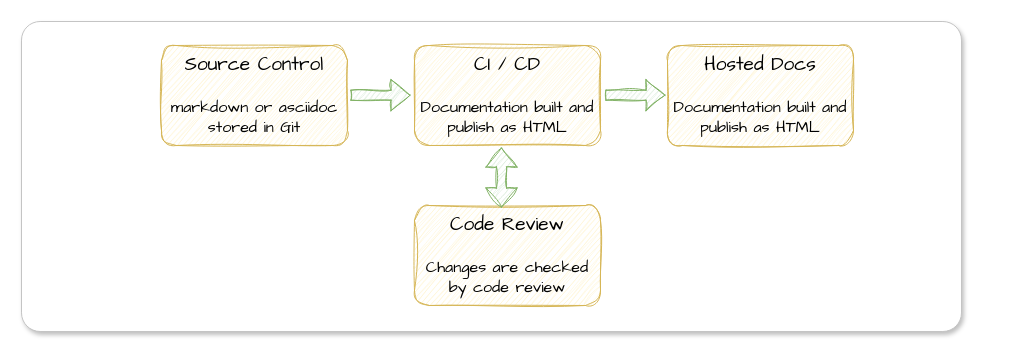
The draw.io diagram content/en/blog/2025/2025-06-01/doc-as-code.drawio in mauvaisetroupe/architech, before the edit. Source tidied: cells renumbered, new cells numbered last; positions are measured from the earlier drawing's top-left corner, leaving out a move shared by most shapes. Both pictures are drawn from the tidied source at 100%, with x=0, y=0 at pixel (21, 21).
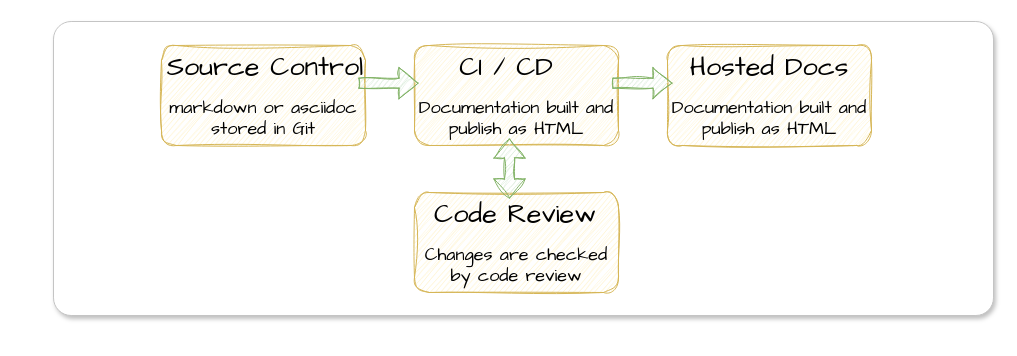
The same diagram, later.

What changed in the source:
```diff
@@
 <mxGraphModel>
   <root>
     <mxCell id="0" />
     <mxCell id="1" parent="0" />
     <mxCell id="2" style="rounded=1;whiteSpace=wrap;html=1;arcSize=6;shadow=1;strokeColor=#C4C4C4;" parent="1" vertex="1">
-      <mxGeometry width="940" height="310" as="geometry" />
+      <mxGeometry x="32" width="940" height="294" as="geometry" />
     </mxCell>
-    <mxCell id="3" value="&lt;font style=&quot;font-size: 19px;&quot; face=&quot;architects daughter&quot;&gt;Source Control&lt;/font&gt;&lt;div&gt;&lt;font face=&quot;architects daughter&quot;&gt;&lt;br&gt;&lt;/font&gt;&lt;div&gt;&lt;span style=&quot;font-family: &amp;quot;architects daughter&amp;quot;; background-color: transparent; color: light-dark(rgb(0, 0, 0), rgb(255, 255, 255));&quot;&gt;markdown or asciidoc stored in Git&lt;/span&gt;&lt;/div&gt;&lt;/div&gt;" style="rounded=1;whiteSpace=wrap;html=1;fillColor=#fff2cc;strokeColor=#d6b656;sketch=1;curveFitting=1;jiggle=2;fontSize=16;" parent="1" vertex="1">
-      <mxGeometry x="140" y="24" width="186" height="100" as="geometry" />
+    <mxCell id="3" value="&lt;div&gt;&lt;div&gt;&lt;span style=&quot;font-family: &amp;quot;architects daughter&amp;quot;; background-color: transparent; color: light-dark(rgb(0, 0, 0), rgb(255, 255, 255));&quot;&gt;markdown or asciidoc stored in Git&lt;/span&gt;&lt;/div&gt;&lt;/div&gt;" style="rounded=1;whiteSpace=wrap;html=1;fillColor=#fff2cc;strokeColor=#d6b656;sketch=1;curveFitting=1;jiggle=2;fontSize=18;verticalAlign=bottom;spacingBottom=3;" parent="1" vertex="1">
+      <mxGeometry x="140" y="24" width="204" height="100" as="geometry" />
     </mxCell>
-    <mxCell id="4" value="&lt;font style=&quot;font-size: 19px;&quot; face=&quot;architects daughter&quot;&gt;CI / CD&lt;/font&gt;&lt;div&gt;&lt;font face=&quot;architects daughter&quot;&gt;&lt;br&gt;&lt;/font&gt;&lt;/div&gt;&lt;div&gt;&lt;font face=&quot;architects daughter&quot;&gt;Documentation built and publish as HTML&lt;/font&gt;&lt;/div&gt;" style="rounded=1;whiteSpace=wrap;html=1;fillColor=#fff2cc;strokeColor=#d6b656;sketch=1;curveFitting=1;jiggle=2;fontSize=16;" parent="1" vertex="1">
-      <mxGeometry x="393" y="24" width="186" height="100" as="geometry" />
+    <mxCell id="4" value="&lt;div&gt;&lt;span style=&quot;font-family: &amp;quot;architects daughter&amp;quot;; background-color: transparent; color: light-dark(rgb(0, 0, 0), rgb(255, 255, 255));&quot;&gt;Documentation built and publish as HTML&lt;/span&gt;&lt;/div&gt;" style="rounded=1;whiteSpace=wrap;html=1;fillColor=#fff2cc;strokeColor=#d6b656;sketch=1;curveFitting=1;jiggle=2;fontSize=18;verticalAlign=bottom;spacingBottom=3;" parent="1" vertex="1">
+      <mxGeometry x="393" y="24" width="204" height="100" as="geometry" />
     </mxCell>
-    <mxCell id="5" value="&lt;font style=&quot;font-size: 19px;&quot; face=&quot;architects daughter&quot;&gt;Hosted Docs&lt;/font&gt;&lt;div&gt;&lt;font face=&quot;architects daughter&quot;&gt;&lt;br&gt;&lt;/font&gt;&lt;/div&gt;&lt;div&gt;&lt;font face=&quot;architects daughter&quot;&gt;Documentation built and publish as HTML&lt;/font&gt;&lt;/div&gt;" style="rounded=1;whiteSpace=wrap;html=1;fillColor=#fff2cc;strokeColor=#d6b656;sketch=1;curveFitting=1;jiggle=2;fontSize=16;" parent="1" vertex="1">
-      <mxGeometry x="646" y="24" width="186" height="100" as="geometry" />
+    <mxCell id="5" value="&lt;div&gt;&lt;span style=&quot;font-family: &amp;quot;architects daughter&amp;quot;; background-color: transparent; color: light-dark(rgb(0, 0, 0), rgb(255, 255, 255));&quot;&gt;Documentation built and publish as HTML&lt;/span&gt;&lt;/div&gt;" style="rounded=1;whiteSpace=wrap;html=1;fillColor=#fff2cc;strokeColor=#d6b656;sketch=1;curveFitting=1;jiggle=2;fontSize=18;verticalAlign=bottom;spacingBottom=3;" parent="1" vertex="1">
+      <mxGeometry x="646" y="24" width="204" height="100" as="geometry" />
     </mxCell>
     <mxCell id="6" style="shape=flexArrow;endArrow=classic;html=1;rounded=0;sketch=1;curveFitting=1;jiggle=2;fillColor=#d5e8d4;strokeColor=#82b366;" parent="1" edge="1">
       <mxGeometry relative="1" as="geometry">
-        <mxPoint x="329" y="73.7" as="sourcePoint" />
-        <mxPoint x="389" y="73.7" as="targetPoint" />
+        <mxPoint x="337" y="61.7" as="sourcePoint" />
+        <mxPoint x="397" y="61.7" as="targetPoint" />
       </mxGeometry>
     </mxCell>
     <mxCell id="7" style="shape=flexArrow;endArrow=classic;html=1;rounded=0;sketch=1;curveFitting=1;jiggle=2;fillColor=#d5e8d4;strokeColor=#82b366;" parent="1" edge="1">
       <mxGeometry relative="1" as="geometry">
-        <mxPoint x="584" y="73.7" as="sourcePoint" />
-        <mxPoint x="644" y="73.7" as="targetPoint" />
+        <mxPoint x="591" y="61.7" as="sourcePoint" />
+        <mxPoint x="651" y="61.7" as="targetPoint" />
       </mxGeometry>
     </mxCell>
-    <mxCell id="8" value="&lt;div&gt;&lt;font style=&quot;font-size: 19px;&quot; face=&quot;architects daughter&quot;&gt;Code Review&lt;/font&gt;&lt;/div&gt;&lt;div&gt;&lt;font face=&quot;architects daughter&quot;&gt;&lt;br&gt;&lt;/font&gt;&lt;/div&gt;&lt;div&gt;&lt;font face=&quot;architects daughter&quot;&gt;Changes are checked by code review&lt;/font&gt;&lt;/div&gt;" style="rounded=1;whiteSpace=wrap;html=1;fillColor=#fff2cc;strokeColor=#d6b656;sketch=1;curveFitting=1;jiggle=2;fontSize=16;" parent="1" vertex="1">
-      <mxGeometry x="393" y="184" width="186" height="100" as="geometry" />
+    <mxCell id="8" value="&lt;div&gt;&lt;span style=&quot;font-family: &amp;quot;architects daughter&amp;quot;; background-color: transparent; color: light-dark(rgb(0, 0, 0), rgb(255, 255, 255));&quot;&gt;Changes are checked by code review&lt;/span&gt;&lt;/div&gt;" style="rounded=1;whiteSpace=wrap;html=1;fillColor=#fff2cc;strokeColor=#d6b656;sketch=1;curveFitting=1;jiggle=2;fontSize=18;verticalAlign=bottom;spacingBottom=3;" parent="1" vertex="1">
+      <mxGeometry x="393" y="171" width="204" height="100" as="geometry" />
     </mxCell>
     <mxCell id="9" style="shape=flexArrow;endArrow=classic;startArrow=classic;html=1;rounded=0;sketch=1;jiggle=2;curveFitting=1;strokeColor=#82b366;align=center;verticalAlign=middle;fontFamily=Helvetica;fontSize=11;fontColor=default;labelBackgroundColor=default;fillColor=#d5e8d4;" parent="1" edge="1">
       <mxGeometry relative="1" as="geometry">
-        <mxPoint x="480" y="186" as="sourcePoint" />
-        <mxPoint x="480" y="126" as="targetPoint" />
+        <mxPoint x="488" y="177" as="sourcePoint" />
+        <mxPoint x="488" y="117" as="targetPoint" />
       </mxGeometry>
     </mxCell>
+    <mxCell id="10" value="&lt;font face=&quot;architects daughter&quot; style=&quot;forced-color-adjust: none; color: rgb(0, 0, 0); font-style: normal; font-variant-ligatures: normal; font-variant-caps: normal; font-weight: 400; letter-spacing: normal; orphans: 2; text-indent: 0px; text-transform: none; widows: 2; word-spacing: 0px; -webkit-text-stroke-width: 0px; white-space: normal; text-decoration-thickness: initial; text-decoration-style: initial; text-decoration-color: initial;&quot;&gt;Source Control&lt;/font&gt;" style="text;whiteSpace=wrap;html=1;align=center;fontSize=27;spacing=0;fillColor=none;strokeColor=none;verticalAlign=top;" parent="1" vertex="1">
+      <mxGeometry x="144" y="24" width="200" height="40" as="geometry" />
+    </mxCell>
+    <mxCell id="11" value="&lt;font face=&quot;architects daughter&quot; style=&quot;forced-color-adjust: none; color: rgb(0, 0, 0); font-style: normal; font-variant-ligatures: normal; font-variant-caps: normal; font-weight: 400; letter-spacing: normal; orphans: 2; text-indent: 0px; text-transform: none; widows: 2; word-spacing: 0px; -webkit-text-stroke-width: 0px; white-space: normal; text-decoration-thickness: initial; text-decoration-style: initial; text-decoration-color: initial;&quot;&gt;CI / CD&lt;/font&gt;&lt;br class=&quot;Apple-interchange-newline&quot;&gt;" style="text;whiteSpace=wrap;html=1;align=center;fontSize=27;spacing=0;fillColor=none;strokeColor=none;labelBackgroundColor=none;verticalAlign=top;" parent="1" vertex="1">
+      <mxGeometry x="420" y="24" width="130" height="40" as="geometry" />
+    </mxCell>
+    <mxCell id="12" value="&lt;font face=&quot;architects daughter&quot; style=&quot;forced-color-adjust: none; color: rgb(0, 0, 0); font-style: normal; font-variant-ligatures: normal; font-variant-caps: normal; font-weight: 400; letter-spacing: normal; orphans: 2; text-indent: 0px; text-transform: none; widows: 2; word-spacing: 0px; -webkit-text-stroke-width: 0px; white-space: normal; text-decoration-thickness: initial; text-decoration-style: initial; text-decoration-color: initial;&quot;&gt;Hosted Docs&lt;/font&gt;&lt;br class=&quot;Apple-interchange-newline&quot;&gt;" style="text;whiteSpace=wrap;html=1;align=center;fontSize=27;spacing=0;fillColor=none;strokeColor=none;labelBackgroundColor=none;verticalAlign=top;" parent="1" vertex="1">
+      <mxGeometry x="668" y="24" width="160" height="40" as="geometry" />
+    </mxCell>
+    <mxCell id="13" value="&lt;div style=&quot;forced-color-adjust: none; color: rgb(0, 0, 0); font-family: Helvetica; font-style: normal; font-variant-ligatures: normal; font-variant-caps: normal; font-weight: 400; letter-spacing: normal; orphans: 2; text-indent: 0px; text-transform: none; widows: 2; word-spacing: 0px; -webkit-text-stroke-width: 0px; white-space: normal; text-decoration-thickness: initial; text-decoration-style: initial; text-decoration-color: initial;&quot;&gt;&lt;font face=&quot;architects daughter&quot; style=&quot;forced-color-adjust: none;&quot;&gt;Code Review&lt;/font&gt;&lt;/div&gt;&lt;br class=&quot;Apple-interchange-newline&quot;&gt;" style="text;whiteSpace=wrap;html=1;align=center;fontSize=27;spacing=0;fillColor=none;strokeColor=none;labelBackgroundColor=none;" parent="1" vertex="1">
+      <mxGeometry x="404" y="171" width="180" height="40" as="geometry" />
+    </mxCell>
   </root>
 </mxGraphModel>
```
